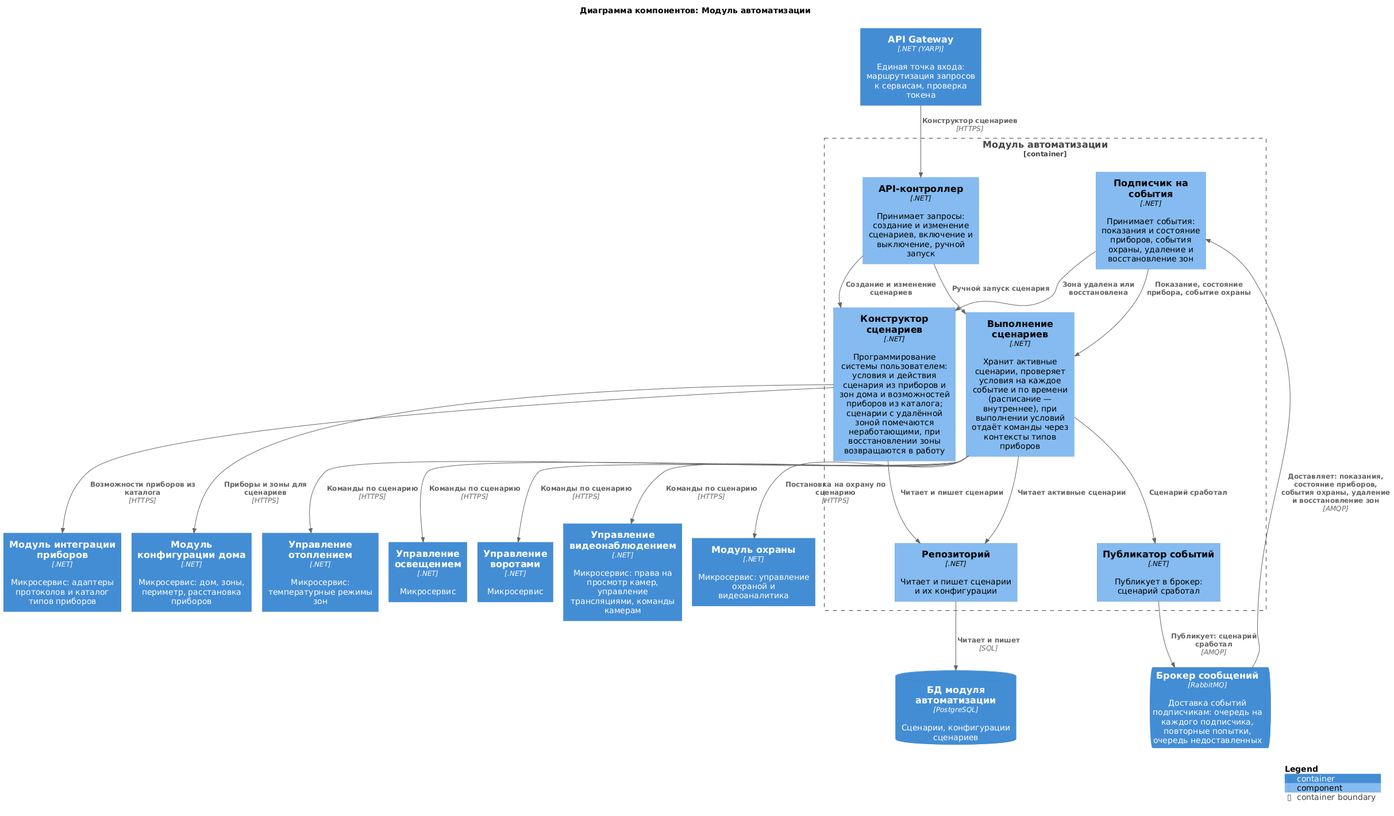
This is diagrams/components/automation.png from Lyamin-av/architecture-warmhouse, a PlantUML export, as it was before one commit.
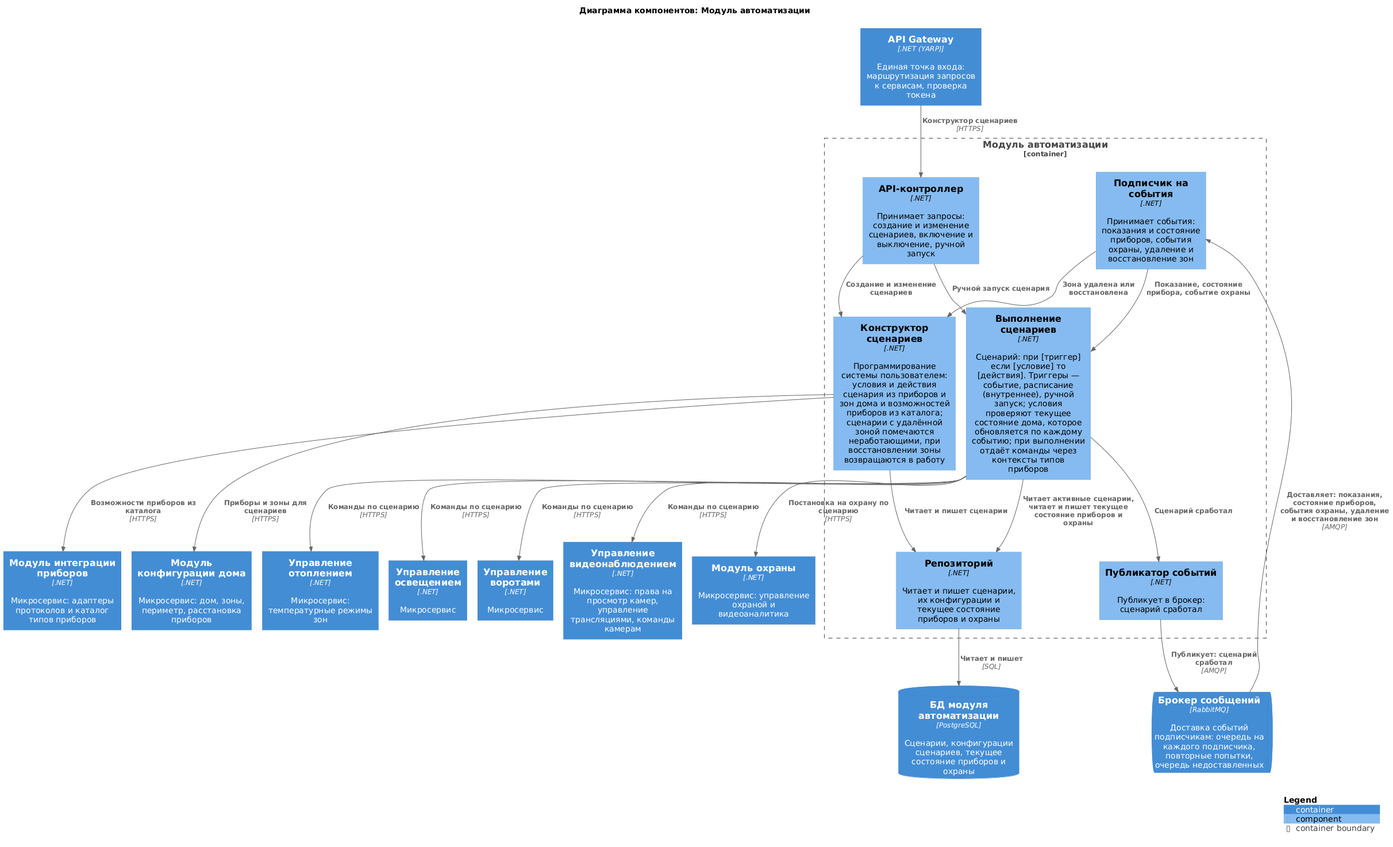
The same diagram one commit later.

Commit message:
C4: диаграмма кода «Выполнение сценариев» (триггеры, условия по текущему состоянию, действия)

Change to the diagram source:
```diff
@@ -12,15 +12,15 @@
 Container(VideoControl, "Управление видеонаблюдением", ".NET", "Микросервис: права на просмотр камер, управление трансляциями, команды камерам")
 Container(Security, "Модуль охраны", ".NET", "Микросервис: управление охраной и видеоаналитика")
 ContainerQueue(Broker, "Брокер сообщений", "RabbitMQ", "Доставка событий подписчикам: очередь на каждого подписчика, повторные попытки, очередь недоставленных")
-ContainerDb(dbAuto, "БД модуля автоматизации", "PostgreSQL", "Сценарии, конфигурации сценариев")
+ContainerDb(dbAuto, "БД модуля автоматизации", "PostgreSQL", "Сценарии, конфигурации сценариев, текущее состояние приборов и охраны")
 
 Container_Boundary(Automation, "Модуль автоматизации") {
     Component(api, "API-контроллер", ".NET", "Принимает запросы: создание и изменение сценариев, включение и выключение, ручной запуск")
     Component(designer, "Конструктор сценариев", ".NET", "Программирование системы пользователем: условия и действия сценария из приборов и зон дома и возможностей приборов из каталога; сценарии с удалённой зоной помечаются неработающими, при восстановлении зоны возвращаются в работу")
-    Component(executor, "Выполнение сценариев", ".NET", "Хранит активные сценарии, проверяет условия на каждое событие и по времени (расписание — внутреннее), при выполнении условий отдаёт команды через контексты типов приборов")
+    Component(executor, "Выполнение сценариев", ".NET", "Сценарий: при [триггер] если [условие] то [действия]. Триггеры — событие, расписание (внутреннее), ручной запуск; условия проверяют текущее состояние дома, которое обновляется по каждому событию; при выполнении отдаёт команды через контексты типов приборов")
     Component(subscriber, "Подписчик на события", ".NET", "Принимает события: показания и состояние приборов, события охраны, удаление и восстановление зон")
     Component(publisher, "Публикатор событий", ".NET", "Публикует в брокер: сценарий сработал")
-    Component(repo, "Репозиторий", ".NET", "Читает и пишет сценарии и их конфигурации")
+    Component(repo, "Репозиторий", ".NET", "Читает и пишет сценарии, их конфигурации и текущее состояние приборов и охраны")
 }
 
 Rel(Gateway, api, "Конструктор сценариев", "HTTPS")
@@ -42,7 +42,7 @@
 Rel(publisher, Broker, "Публикует: сценарий сработал", "AMQP")
 
 Rel(designer, repo, "Читает и пишет сценарии")
-Rel(executor, repo, "Читает активные сценарии")
+Rel(executor, repo, "Читает активные сценарии, читает и пишет текущее состояние приборов и охраны")
 Rel(repo, dbAuto, "Читает и пишет", "SQL")
 
 SHOW_LEGEND()
```
